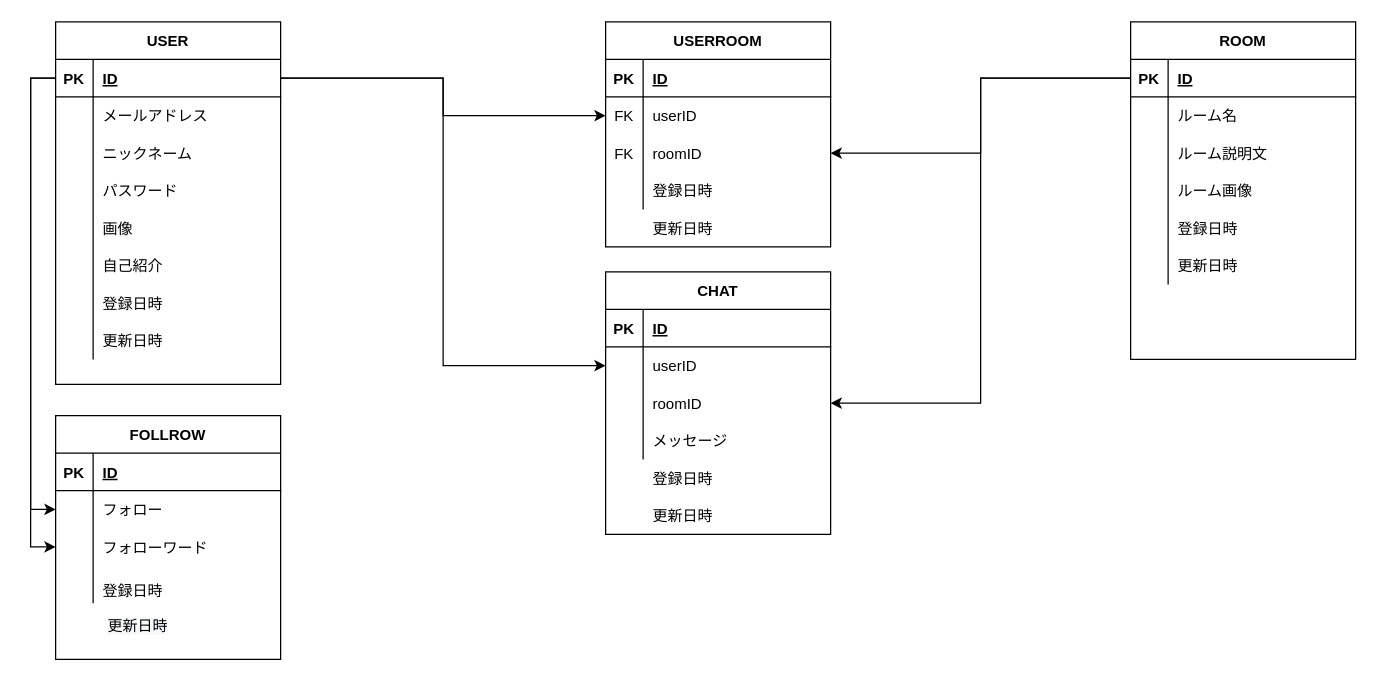
Earlier version of the draw.io diagram ジムトモER図.drawio (74905/kintore_app). Source tidied: cells renumbered, new cells numbered last; positions are measured from the earlier drawing's top-left corner, leaving out a move shared by most shapes. Both pictures are drawn from the tidied source at 125%, with x=0, y=0 at pixel (30, 21).
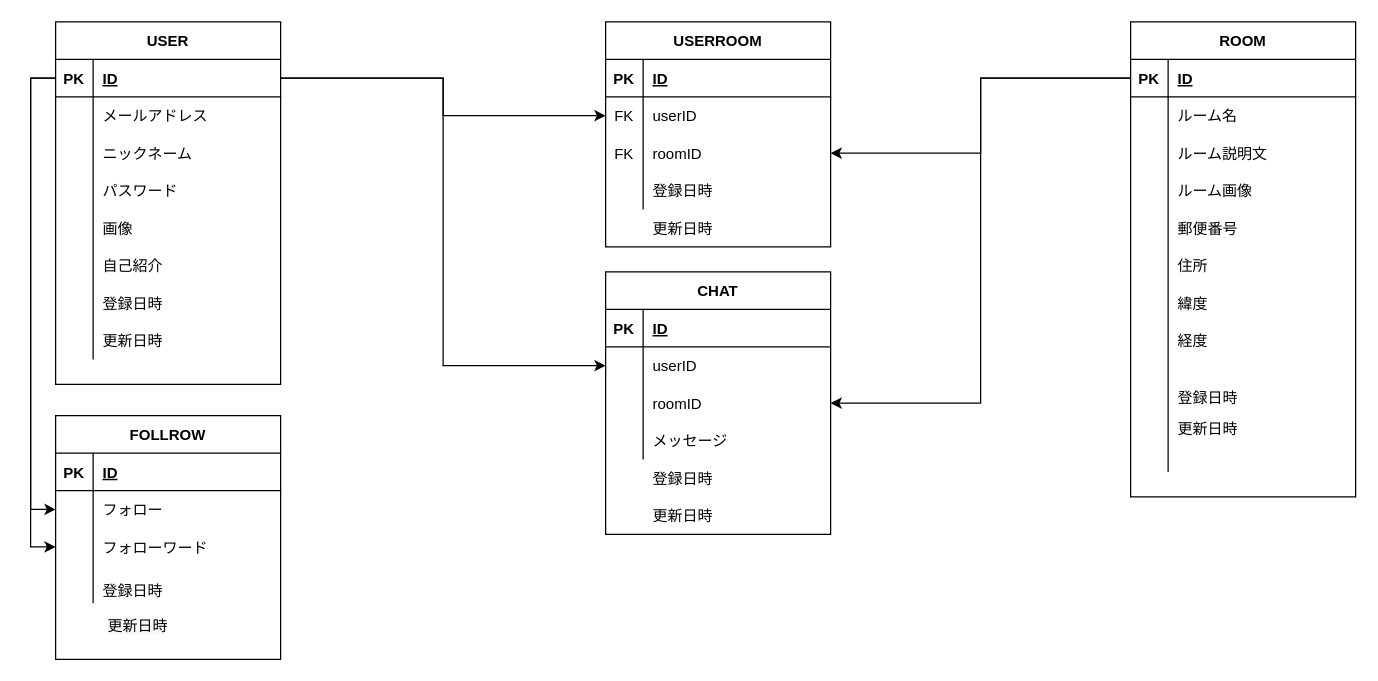
After the change.

Commit message:
ジムトモER図.drawio を更新します

Diff of the diagram source:
```diff
@@
     <mxCell id="27" value="ROOM" style="shape=table;startSize=30;childLayout=tableLayout;rowLines=0;fontStyle=1;align=center;" parent="1" vertex="1">
-      <mxGeometry x="880" width="180" height="270" as="geometry" />
+      <mxGeometry x="880" width="180" height="380" as="geometry" />
     </mxCell>
@@
+    <mxCell id="101" style="shape=partialRectangle;fillColor=none;top=0;left=0;bottom=0;right=0;" parent="27" vertex="1">
+      <mxGeometry y="150" width="180" height="30" as="geometry" />
+    </mxCell>
+    <mxCell id="102" style="shape=partialRectangle;fillColor=none;top=0;left=0;bottom=0;right=0;overflow=hidden;" parent="101" vertex="1">
+      <mxGeometry width="30" height="30" as="geometry" />
+    </mxCell>
+    <mxCell id="103" value="郵便番号" style="shape=partialRectangle;fillColor=none;top=0;left=0;bottom=0;right=0;align=left;spacingLeft=6;overflow=hidden;" parent="101" vertex="1">
+      <mxGeometry x="30" width="150" height="30" as="geometry" />
+    </mxCell>
+    <mxCell id="104" style="shape=partialRectangle;fillColor=none;top=0;left=0;bottom=0;right=0;" parent="27" vertex="1">
+      <mxGeometry y="180" width="180" height="30" as="geometry" />
+    </mxCell>
+    <mxCell id="105" style="shape=partialRectangle;fillColor=none;top=0;left=0;bottom=0;right=0;overflow=hidden;" parent="104" vertex="1">
+      <mxGeometry width="30" height="30" as="geometry" />
+    </mxCell>
+    <mxCell id="106" value="住所" style="shape=partialRectangle;fillColor=none;top=0;left=0;bottom=0;right=0;align=left;spacingLeft=6;overflow=hidden;" parent="104" vertex="1">
+      <mxGeometry x="30" width="150" height="30" as="geometry" />
+    </mxCell>
+    <mxCell id="107" style="shape=partialRectangle;fillColor=none;top=0;left=0;bottom=0;right=0;" parent="27" vertex="1">
+      <mxGeometry y="210" width="180" height="30" as="geometry" />
+    </mxCell>
+    <mxCell id="108" style="shape=partialRectangle;fillColor=none;top=0;left=0;bottom=0;right=0;overflow=hidden;" parent="107" vertex="1">
+      <mxGeometry width="30" height="30" as="geometry" />
+    </mxCell>
+    <mxCell id="109" value="緯度" style="shape=partialRectangle;fillColor=none;top=0;left=0;bottom=0;right=0;align=left;spacingLeft=6;overflow=hidden;" parent="107" vertex="1">
+      <mxGeometry x="30" width="150" height="30" as="geometry" />
+    </mxCell>
+    <mxCell id="110" style="shape=partialRectangle;fillColor=none;top=0;left=0;bottom=0;right=0;" parent="27" vertex="1">
+      <mxGeometry y="240" width="180" height="30" as="geometry" />
+    </mxCell>
+    <mxCell id="111" style="shape=partialRectangle;fillColor=none;top=0;left=0;bottom=0;right=0;overflow=hidden;" parent="110" vertex="1">
+      <mxGeometry width="30" height="30" as="geometry" />
+    </mxCell>
+    <mxCell id="112" value="経度" style="shape=partialRectangle;fillColor=none;top=0;left=0;bottom=0;right=0;align=left;spacingLeft=6;overflow=hidden;" parent="110" vertex="1">
+      <mxGeometry x="30" width="150" height="30" as="geometry" />
+    </mxCell>
     <mxCell id="40" style="shape=partialRectangle;fillColor=none;top=0;left=0;bottom=0;right=0;" parent="27" vertex="1">
-      <mxGeometry y="150" width="180" height="30" as="geometry" />
+      <mxGeometry y="270" width="180" height="40" as="geometry" />
     </mxCell>
     <mxCell id="41" style="shape=partialRectangle;fillColor=none;top=0;left=0;bottom=0;right=0;overflow=hidden;" parent="40" vertex="1">
-      <mxGeometry width="30" height="30" as="geometry" />
+      <mxGeometry width="30" height="40" as="geometry" />
     </mxCell>
     <mxCell id="42" style="shape=partialRectangle;fillColor=none;top=0;left=0;bottom=0;right=0;align=left;spacingLeft=6;overflow=hidden;" parent="40" vertex="1">
-      <mxGeometry x="30" width="150" height="30" as="geometry" />
+      <mxGeometry x="30" width="150" height="40" as="geometry" />
     </mxCell>
     <mxCell id="43" style="shape=partialRectangle;fillColor=none;top=0;left=0;bottom=0;right=0;" parent="27" vertex="1">
-      <mxGeometry y="180" width="180" height="30" as="geometry" />
+      <mxGeometry y="310" width="180" height="50" as="geometry" />
     </mxCell>
     <mxCell id="44" style="shape=partialRectangle;fillColor=none;top=0;left=0;bottom=0;right=0;overflow=hidden;" parent="43" vertex="1">
-      <mxGeometry width="30" height="30" as="geometry" />
+      <mxGeometry width="30" height="50" as="geometry" />
     </mxCell>
     <mxCell id="45" style="shape=partialRectangle;fillColor=none;top=0;left=0;bottom=0;right=0;align=left;spacingLeft=6;overflow=hidden;" parent="43" vertex="1">
-      <mxGeometry x="30" width="150" height="30" as="geometry" />
+      <mxGeometry x="30" width="150" height="50" as="geometry" />
     </mxCell>
@@
     <mxCell id="82" value="登録日時" style="shape=partialRectangle;fillColor=none;top=0;left=0;bottom=0;right=0;align=left;spacingLeft=6;overflow=hidden;" parent="1" vertex="1">
-      <mxGeometry x="910" y="150" width="150" height="30" as="geometry" />
+      <mxGeometry x="910" y="285" width="150" height="30" as="geometry" />
     </mxCell>
     <mxCell id="83" value="更新日時" style="shape=partialRectangle;fillColor=none;top=0;left=0;bottom=0;right=0;align=left;spacingLeft=6;overflow=hidden;" parent="1" vertex="1">
-      <mxGeometry x="910" y="180" width="150" height="30" as="geometry" />
+      <mxGeometry x="910" y="310" width="150" height="30" as="geometry" />
     </mxCell>
```
